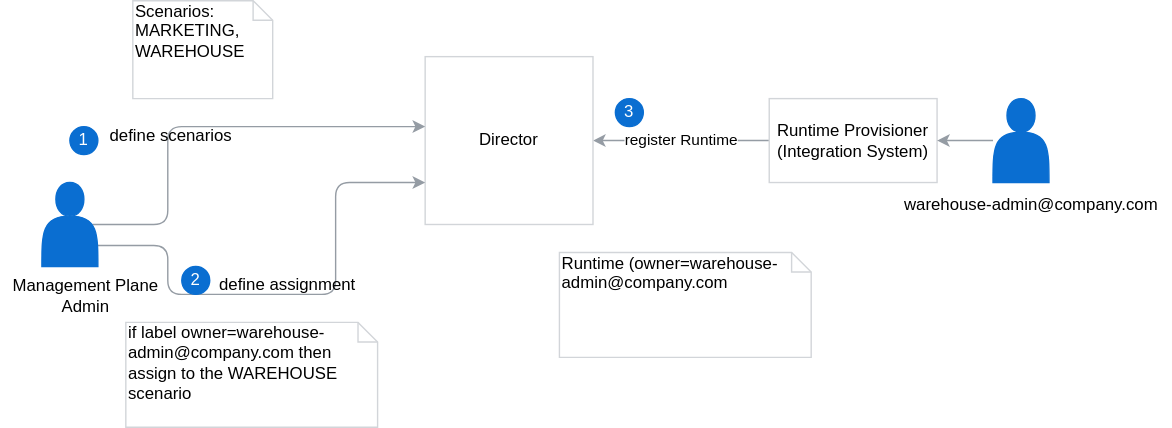
Above: docs/compass/assets/automatic-scenario-assign.svg in kyma-incubator/compass (draw.io), before the change. Source tidied: cells renumbered, new cells last; positions are measured from the earlier drawing's top-left corner, leaving out a move shared by most shapes.
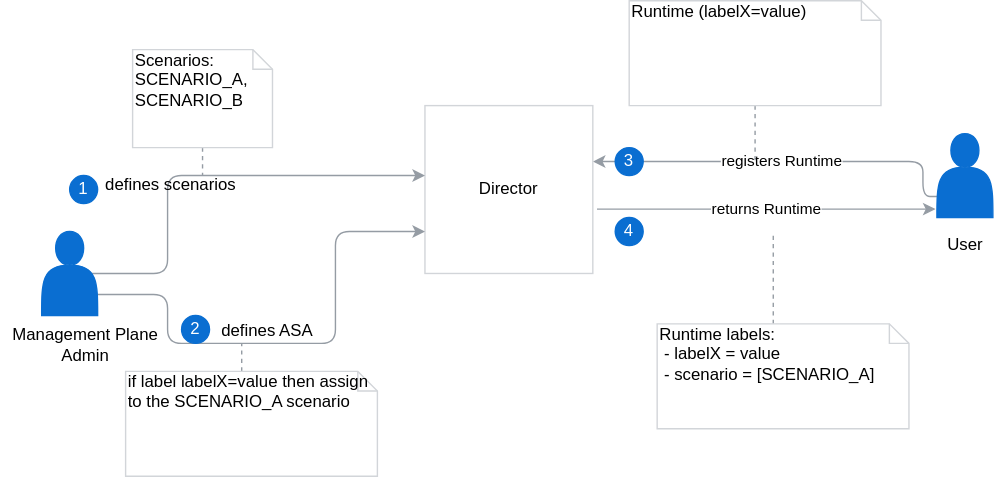
The same file after the commit.

Diff of the diagram source:
```diff
@@ -2,12 +2,19 @@
   <root>
     <mxCell id="0" />
     <mxCell id="1" parent="0" />
-    <mxCell id="2" value="register Runtime" style="edgeStyle=orthogonalEdgeStyle;rounded=1;jettySize=auto;html=1;exitX=0;exitY=0.5;exitDx=0;exitDy=0;strokeColor=#959CA4;" parent="1" edge="1" source="3" target="4">
-      <mxGeometry relative="1" as="geometry" />
+    <mxCell id="2" value="registers Runtime" style="edgeStyle=orthogonalEdgeStyle;rounded=1;jettySize=auto;html=1;strokeColor=#959CA4;exitX=0;exitY=0.75;exitDx=0;exitDy=0;" parent="1" edge="1" source="13" target="4">
+      <mxGeometry relative="1" as="geometry">
+        <Array as="points">
+          <mxPoint x="659" y="105" />
+          <mxPoint x="659" y="80" />
+        </Array>
+      </mxGeometry>
     </mxCell>
-    <mxCell id="3" value="Runtime Provisioner (Integration System)" style="rounded=0;whiteSpace=wrap;html=1;strokeColor=#D2D5D9;" parent="1" vertex="1">
-      <mxGeometry x="549" y="70" width="120" height="60" as="geometry" />
-    </mxCell>
+    <mxCell id="20" value="returns Runtime" style="edgeStyle=orthogonalEdgeStyle;rounded=1;jettySize=auto;html=1;startArrow=none;startFill=0;endArrow=classic;endFill=1;strokeColor=#959CA4;entryX=-0.025;entryY=0.9;entryDx=0;entryDy=0;entryPerimeter=0;" parent="1" edge="1" target="13">
+      <mxGeometry relative="1" as="geometry">
+        <mxPoint x="426" y="114" as="sourcePoint" />
+      </mxGeometry>
+    </mxCell>
     <mxCell id="4" value="Director" style="whiteSpace=wrap;html=1;strokeColor=#D2D5D9;" parent="1" vertex="1">
       <mxGeometry x="303" y="40" width="120" height="120" as="geometry" />
     </mxCell>
@@ -19,7 +26,7 @@
         </Array>
       </mxGeometry>
     </mxCell>
-    <mxCell id="6" value="define scenarios" style="text;html=1;align=center;verticalAlign=middle;" parent="5" vertex="1">
+    <mxCell id="6" value="defines scenarios" style="text;html=1;align=center;verticalAlign=middle;" parent="5" vertex="1">
       <mxGeometry x="-0.23" y="-1" relative="1" as="geometry" />
     </mxCell>
     <mxCell id="7" style="edgeStyle=orthogonalEdgeStyle;rounded=1;jettySize=auto;html=1;exitX=1;exitY=0.75;exitDx=0;exitDy=0;entryX=0;entryY=0.75;entryDx=0;entryDy=0;strokeColor=#959CA4;" parent="1" edge="1" source="14" target="4">
@@ -32,25 +39,37 @@
         </Array>
       </mxGeometry>
     </mxCell>
-    <mxCell id="8" value="define assignment&amp;nbsp;" style="text;html=1;align=center;verticalAlign=middle;" parent="7" vertex="1">
+    <mxCell id="8" value="defines ASA" style="text;html=1;align=center;verticalAlign=middle;" parent="7" vertex="1">
       <mxGeometry x="-0.03" relative="1" as="geometry">
-        <mxPoint x="2.5" y="-7.5" as="offset" />
+        <mxPoint x="-14" y="-10" as="offset" />
       </mxGeometry>
     </mxCell>
+    <mxCell id="21" style="edgeStyle=orthogonalEdgeStyle;rounded=0;jettySize=auto;html=1;exitX=0.5;exitY=1;exitDx=0;exitDy=0;exitPerimeter=0;strokeColor=#959CA4;dashed=1;startArrow=none;startFill=0;endArrow=none;endFill=0;" parent="1" edge="1" source="9">
+      <mxGeometry relative="1" as="geometry">
+        <mxPoint x="144" y="90" as="targetPoint" />
+      </mxGeometry>
+    </mxCell>
-    <mxCell id="9" value="Scenarios: MARKETING, WAREHOUSE" style="shape=note;whiteSpace=wrap;html=1;size=14;verticalAlign=top;align=left;spacingTop=-6;strokeColor=#D2D5D9;" parent="1" vertex="1">
+    <mxCell id="9" value="Scenarios: SCENARIO_A,&lt;br&gt;SCENARIO_B" style="shape=note;whiteSpace=wrap;html=1;size=14;verticalAlign=top;align=left;spacingTop=-6;strokeColor=#D2D5D9;" parent="1" vertex="1">
       <mxGeometry x="94" width="100" height="70" as="geometry" />
     </mxCell>
+    <mxCell id="22" style="edgeStyle=orthogonalEdgeStyle;rounded=0;jettySize=auto;html=1;exitX=0;exitY=0;exitDx=83;exitDy=0;exitPerimeter=0;dashed=1;startArrow=none;startFill=0;endArrow=none;endFill=0;strokeColor=#959CA4;" parent="1" edge="1" source="10">
+      <mxGeometry relative="1" as="geometry">
+        <mxPoint x="172" y="210" as="targetPoint" />
+      </mxGeometry>
+    </mxCell>
-    <mxCell id="10" value="if label owner=warehouse-admin@company.com then assign to the WAREHOUSE scenario" style="shape=note;whiteSpace=wrap;html=1;size=14;verticalAlign=top;align=left;spacingTop=-6;strokeColor=#D2D5D9;" parent="1" vertex="1">
+    <mxCell id="10" value="if label labelX=value then assign to the SCENARIO_A scenario" style="shape=note;whiteSpace=wrap;html=1;size=14;verticalAlign=top;align=left;spacingTop=-6;strokeColor=#D2D5D9;" parent="1" vertex="1">
       <mxGeometry x="89" y="230" width="180" height="75" as="geometry" />
     </mxCell>
+    <mxCell id="23" style="edgeStyle=orthogonalEdgeStyle;rounded=0;jettySize=auto;html=1;dashed=1;startArrow=none;startFill=0;endArrow=none;endFill=0;strokeColor=#959CA4;" parent="1" edge="1" source="11">
+      <mxGeometry relative="1" as="geometry">
+        <mxPoint x="539" y="80" as="targetPoint" />
+      </mxGeometry>
+    </mxCell>
-    <mxCell id="11" value="Runtime (owner=warehouse-admin@company.com" style="shape=note;whiteSpace=wrap;html=1;size=14;verticalAlign=top;align=left;spacingTop=-6;strokeColor=#D2D5D9;" parent="1" vertex="1">
-      <mxGeometry x="399" y="180" width="180" height="75" as="geometry" />
+    <mxCell id="11" value="Runtime (labelX=value)" style="shape=note;whiteSpace=wrap;html=1;size=14;verticalAlign=top;align=left;spacingTop=-6;strokeColor=#D2D5D9;" parent="1" vertex="1">
+      <mxGeometry x="449" y="-35" width="180" height="75" as="geometry" />
     </mxCell>
-    <mxCell id="12" style="edgeStyle=orthogonalEdgeStyle;rounded=1;jettySize=auto;html=1;entryX=1;entryY=0.5;entryDx=0;entryDy=0;strokeColor=#959CA4;" parent="1" edge="1" source="13" target="3">
-      <mxGeometry relative="1" as="geometry" />
-    </mxCell>
     <mxCell id="13" style="shape=actor;whiteSpace=wrap;html=1;fillColor=#0A6ED1;strokeColor=#0A6ED1;" parent="1" vertex="1">
-      <mxGeometry x="709" y="70" width="40" height="60" as="geometry" />
+      <mxGeometry x="669" y="60" width="40" height="60" as="geometry" />
     </mxCell>
     <mxCell id="14" style="shape=actor;whiteSpace=wrap;html=1;fillColor=#0A6ED1;strokeColor=#0A6ED1;" parent="1" vertex="1">
       <mxGeometry x="29" y="130" width="40" height="60" as="geometry" />
@@ -67,8 +86,19 @@
     <mxCell id="18" value="Management Plane&lt;br&gt;Admin" style="text;html=1;align=center;verticalAlign=middle;" parent="1" vertex="1">
       <mxGeometry y="196" width="120" height="30" as="geometry" />
     </mxCell>
-    <mxCell id="19" value="warehouse-admin@company.com" style="text;html=1;align=center;verticalAlign=middle;" parent="1" vertex="1">
-      <mxGeometry x="636" y="136" width="200" height="20" as="geometry" />
-    </mxCell>
+    <mxCell id="24" value="User" style="text;html=1;align=center;verticalAlign=middle;" parent="1" vertex="1">
+      <mxGeometry x="669" y="130" width="40" height="20" as="geometry" />
+    </mxCell>
+    <mxCell id="25" style="edgeStyle=orthogonalEdgeStyle;rounded=0;jettySize=auto;html=1;exitX=0;exitY=0;exitDx=83;exitDy=0;exitPerimeter=0;startArrow=none;startFill=0;endArrow=none;endFill=0;strokeColor=#959CA4;dashed=1;" parent="1" edge="1" source="26">
+      <mxGeometry relative="1" as="geometry">
+        <mxPoint x="552" y="130" as="targetPoint" />
+      </mxGeometry>
+    </mxCell>
+    <mxCell id="26" value="Runtime labels:&lt;br&gt;&amp;nbsp;- labelX = value&lt;br&gt;&amp;nbsp;- scenario = [SCENARIO_A]" style="shape=note;whiteSpace=wrap;html=1;size=14;verticalAlign=top;align=left;spacingTop=-6;strokeColor=#D2D5D9;" parent="1" vertex="1">
+      <mxGeometry x="469" y="196" width="180" height="75" as="geometry" />
+    </mxCell>
+    <mxCell id="27" value="&lt;font color=&quot;#ffffff&quot;&gt;4&lt;/font&gt;" style="ellipse;whiteSpace=wrap;html=1;strokeColor=#0A6ED1;fillColor=#0A6ED1;" parent="1" vertex="1">
+      <mxGeometry x="439" y="120" width="20" height="20" as="geometry" />
+    </mxCell>
   </root>
 </mxGraphModel>
```
